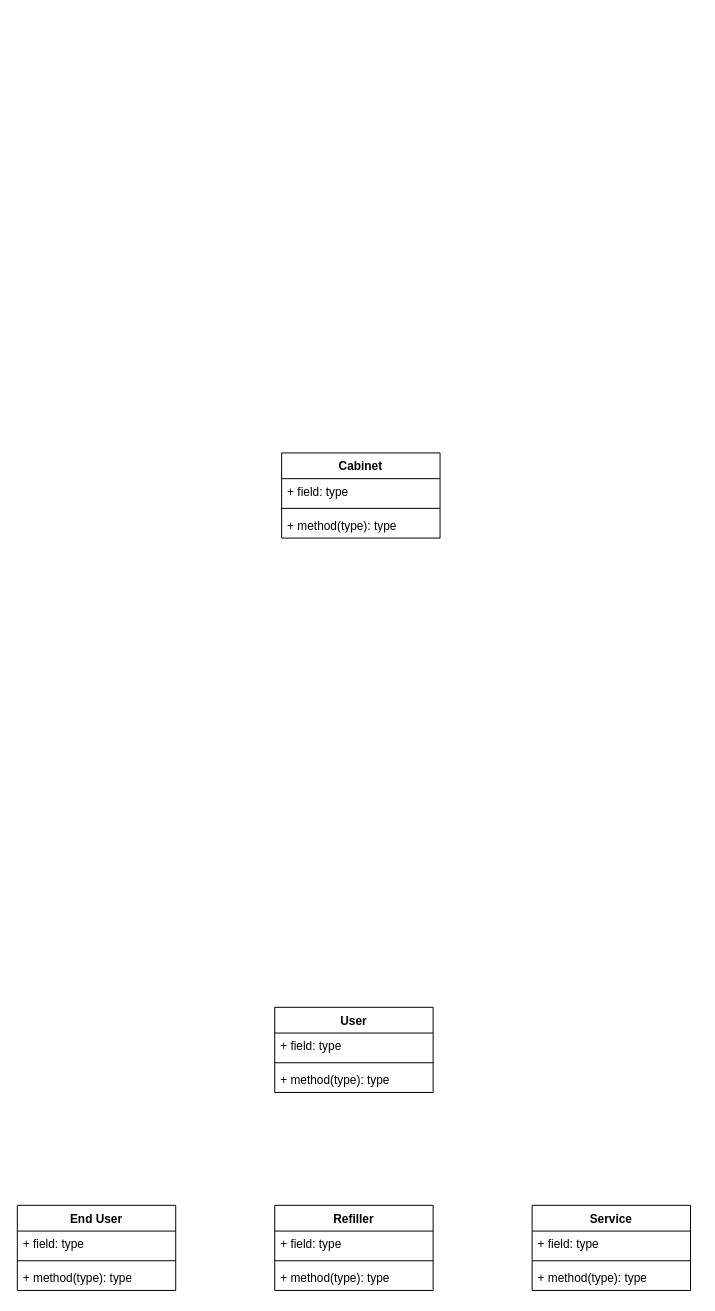
The draw.io diagram ClassDiagram.drawio in TadeuszSzuta/PSI, before the edit. Source tidied: cells renumbered, new cells numbered last; positions are measured from the earlier drawing's top-left corner, leaving out a move shared by most shapes. Both pictures are drawn from the tidied source at 99%, with x=0, y=0 at pixel (17, 452).
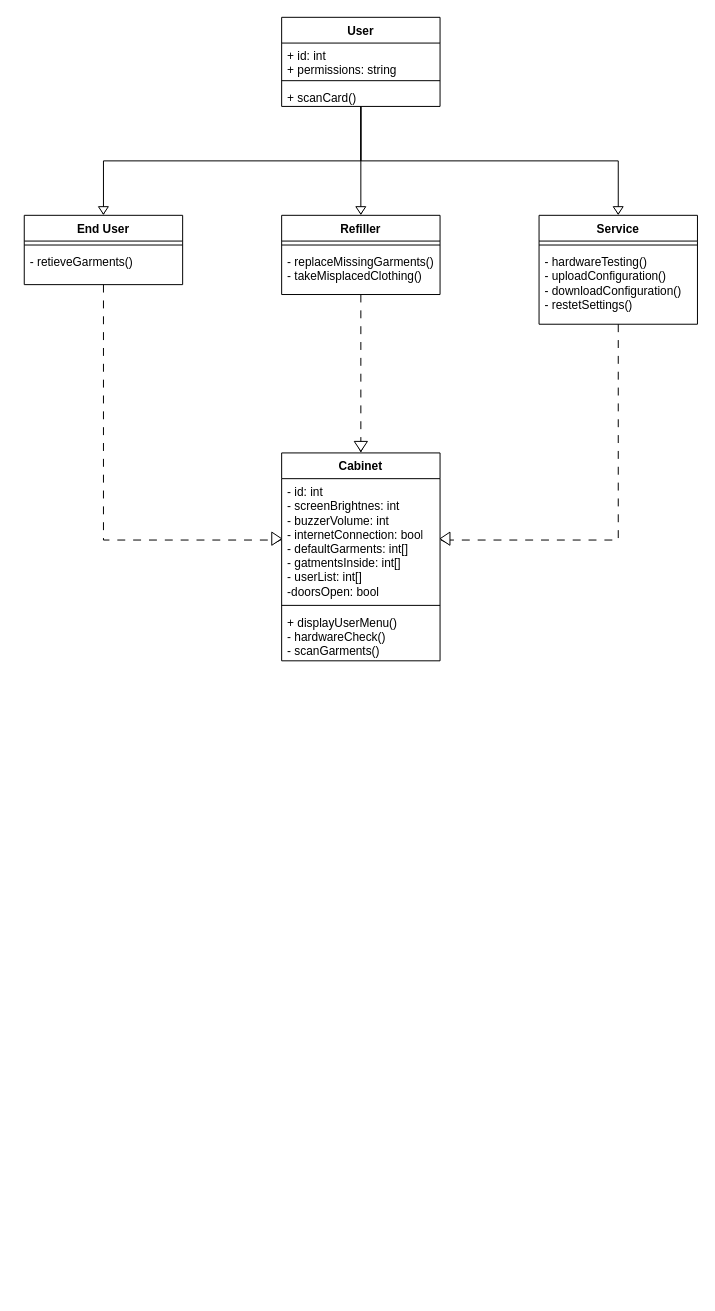
After the change.

What changed in the source:
```diff
@@
+    <mxCell id="22" style="edgeStyle=orthogonalEdgeStyle;rounded=0;jettySize=auto;html=1;exitX=0.5;exitY=1;exitDx=0;exitDy=0;dashed=1;dashPattern=8 8;" parent="1" edge="1" source="14" target="25">
+      <mxGeometry relative="1" as="geometry" />
+    </mxCell>
+    <mxCell id="23" style="edgeStyle=orthogonalEdgeStyle;rounded=0;jettySize=auto;html=1;exitX=0.5;exitY=1;exitDx=0;exitDy=0;dashed=1;dashPattern=8 8;" parent="1" edge="1" source="18" target="2">
+      <mxGeometry relative="1" as="geometry" />
+    </mxCell>
+    <mxCell id="24" style="edgeStyle=orthogonalEdgeStyle;rounded=0;jettySize=auto;html=1;exitX=0.5;exitY=1;exitDx=0;exitDy=0;dashed=1;dashPattern=8 8;" parent="1" edge="1" source="6" target="25">
+      <mxGeometry relative="1" as="geometry" />
+    </mxCell>
     <mxCell id="2" value="Cabinet" style="swimlane;fontStyle=1;align=center;verticalAlign=top;horizontal=1;startSize=26;whiteSpace=wrap;html=1;" parent="1" vertex="1">
-      <mxGeometry x="267" width="160" height="86" as="geometry" />
+      <mxGeometry x="267" width="160" height="210" as="geometry" />
     </mxCell>
-    <mxCell id="3" value="+ field: type" style="text;strokeColor=none;fillColor=none;align=left;verticalAlign=top;spacingLeft=4;spacingRight=4;overflow=hidden;whiteSpace=wrap;html=1;" parent="2" vertex="1">
-      <mxGeometry y="26" width="160" height="26" as="geometry" />
-    </mxCell>
-    <mxCell id="4" style="line;strokeWidth=1;fillColor=none;align=left;verticalAlign=middle;spacingTop=-1;spacingLeft=3;spacingRight=3;labelPosition=right;strokeColor=inherit;" parent="2" vertex="1">
-      <mxGeometry y="52" width="160" height="8" as="geometry" />
-    </mxCell>
-    <mxCell id="5" value="+ method(type): type" style="text;strokeColor=none;fillColor=none;align=left;verticalAlign=top;spacingLeft=4;spacingRight=4;overflow=hidden;whiteSpace=wrap;html=1;" parent="2" vertex="1">
-      <mxGeometry y="60" width="160" height="26" as="geometry" />
-    </mxCell>
+    <mxCell id="25" value="- id: int&lt;div&gt;- screenBrightnes: int&lt;/div&gt;&lt;div&gt;- buzzerVolume: int&lt;/div&gt;&lt;div&gt;- internetConnection: bool&lt;/div&gt;&lt;div&gt;- defaultGarments: int[]&lt;/div&gt;&lt;div&gt;- gatmentsInside: int[]&lt;/div&gt;&lt;div&gt;- userList: int[]&lt;/div&gt;&lt;div&gt;-doorsOpen: bool&lt;/div&gt;&lt;div&gt;&lt;br&gt;&lt;/div&gt;" style="text;strokeColor=none;fillColor=none;align=left;verticalAlign=top;spacingLeft=4;spacingRight=4;overflow=hidden;points=[[0,0.5],[1,0.5]];portConstraint=eastwest;whiteSpace=wrap;html=1;" parent="2" vertex="1">
+      <mxGeometry y="26" width="160" height="124" as="geometry" />
+    </mxCell>
+    <mxCell id="26" style="line;strokeWidth=1;fillColor=none;align=left;verticalAlign=middle;spacingTop=-1;spacingLeft=3;spacingRight=3;labelPosition=right;strokeColor=inherit;" parent="2" vertex="1">
+      <mxGeometry y="150" width="160" height="8" as="geometry" />
+    </mxCell>
+    <mxCell id="27" value="+ displayUserMenu()&lt;div&gt;- hardwareCheck()&lt;/div&gt;&lt;div&gt;- scanGarments()&lt;/div&gt;" style="text;strokeColor=none;fillColor=none;align=left;verticalAlign=top;spacingLeft=4;spacingRight=4;overflow=hidden;whiteSpace=wrap;html=1;" parent="2" vertex="1">
+      <mxGeometry y="158" width="160" height="52" as="geometry" />
+    </mxCell>
+    <mxCell id="28" style="group;" parent="1" vertex="1">
+      <mxGeometry x="7" y="-440" width="680" height="310" as="geometry" />
+    </mxCell>
+    <mxCell id="29" style="edgeStyle=orthogonalEdgeStyle;rounded=0;jettySize=auto;html=1;exitX=0.5;exitY=1;exitDx=0;exitDy=0;" parent="28" edge="1" source="10" target="14">
+      <mxGeometry relative="1" as="geometry" />
+    </mxCell>
+    <mxCell id="30" style="edgeStyle=orthogonalEdgeStyle;rounded=0;jettySize=auto;html=1;exitX=0.5;exitY=1;exitDx=0;exitDy=0;" parent="28" edge="1" source="10" target="6">
+      <mxGeometry relative="1" as="geometry" />
+    </mxCell>
+    <mxCell id="31" style="edgeStyle=orthogonalEdgeStyle;rounded=0;jettySize=auto;html=1;exitX=0.5;exitY=1;exitDx=0;exitDy=0;" parent="28" edge="1" source="10" target="18">
+      <mxGeometry relative="1" as="geometry" />
+    </mxCell>
-    <mxCell id="6" value="Service" style="swimlane;fontStyle=1;align=center;verticalAlign=top;horizontal=1;startSize=26;whiteSpace=wrap;html=1;" parent="1" vertex="1">
-      <mxGeometry x="520" y="760" width="160" height="86" as="geometry" />
+    <mxCell id="6" value="Service" style="swimlane;fontStyle=1;align=center;verticalAlign=top;horizontal=1;startSize=26;whiteSpace=wrap;html=1;" parent="28" vertex="1">
+      <mxGeometry x="520" y="200" width="160" height="110" as="geometry" />
     </mxCell>
-    <mxCell id="7" value="+ field: type" style="text;strokeColor=none;fillColor=none;align=left;verticalAlign=top;spacingLeft=4;spacingRight=4;overflow=hidden;whiteSpace=wrap;html=1;" parent="6" vertex="1">
-      <mxGeometry y="26" width="160" height="26" as="geometry" />
-    </mxCell>
     <mxCell id="8" style="line;strokeWidth=1;fillColor=none;align=left;verticalAlign=middle;spacingTop=-1;spacingLeft=3;spacingRight=3;labelPosition=right;strokeColor=inherit;" parent="6" vertex="1">
-      <mxGeometry y="52" width="160" height="8" as="geometry" />
+      <mxGeometry y="26" width="160" height="8" as="geometry" />
     </mxCell>
-    <mxCell id="9" value="+ method(type): type" style="text;strokeColor=none;fillColor=none;align=left;verticalAlign=top;spacingLeft=4;spacingRight=4;overflow=hidden;whiteSpace=wrap;html=1;" parent="6" vertex="1">
-      <mxGeometry y="60" width="160" height="26" as="geometry" />
+    <mxCell id="9" value="- hardwareTesting()&lt;div&gt;- uploadConfiguration()&lt;/div&gt;&lt;div&gt;- downloadConfiguration()&lt;/div&gt;&lt;div&gt;- restetSettings()&lt;/div&gt;" style="text;strokeColor=none;fillColor=none;align=left;verticalAlign=top;spacingLeft=4;spacingRight=4;overflow=hidden;whiteSpace=wrap;html=1;" parent="6" vertex="1">
+      <mxGeometry y="34" width="160" height="76" as="geometry" />
     </mxCell>
-    <mxCell id="10" value="User" style="swimlane;fontStyle=1;align=center;verticalAlign=top;horizontal=1;startSize=26;whiteSpace=wrap;html=1;" parent="1" vertex="1">
-      <mxGeometry x="260" y="560" width="160" height="86" as="geometry" />
+    <mxCell id="10" value="User" style="swimlane;fontStyle=1;align=center;verticalAlign=top;horizontal=1;startSize=26;whiteSpace=wrap;html=1;" parent="28" vertex="1">
+      <mxGeometry x="260" width="160" height="90" as="geometry" />
     </mxCell>
-    <mxCell id="11" value="+ field: type" style="text;strokeColor=none;fillColor=none;align=left;verticalAlign=top;spacingLeft=4;spacingRight=4;overflow=hidden;whiteSpace=wrap;html=1;" parent="10" vertex="1">
-      <mxGeometry y="26" width="160" height="26" as="geometry" />
+    <mxCell id="11" value="+ id: int&lt;div&gt;+ permissions: string&lt;/div&gt;" style="text;strokeColor=none;fillColor=none;align=left;verticalAlign=top;spacingLeft=4;spacingRight=4;overflow=hidden;whiteSpace=wrap;html=1;" parent="10" vertex="1">
+      <mxGeometry y="26" width="160" height="34" as="geometry" />
     </mxCell>
     <mxCell id="12" style="line;strokeWidth=1;fillColor=none;align=left;verticalAlign=middle;spacingTop=-1;spacingLeft=3;spacingRight=3;labelPosition=right;strokeColor=inherit;" parent="10" vertex="1">
-      <mxGeometry y="52" width="160" height="8" as="geometry" />
+      <mxGeometry y="60" width="160" height="8" as="geometry" />
     </mxCell>
-    <mxCell id="13" value="+ method(type): type" style="text;strokeColor=none;fillColor=none;align=left;verticalAlign=top;spacingLeft=4;spacingRight=4;overflow=hidden;whiteSpace=wrap;html=1;" parent="10" vertex="1">
-      <mxGeometry y="60" width="160" height="26" as="geometry" />
+    <mxCell id="13" value="+ scanCard()" style="text;strokeColor=none;fillColor=none;align=left;verticalAlign=top;spacingLeft=4;spacingRight=4;overflow=hidden;whiteSpace=wrap;html=1;" parent="10" vertex="1">
+      <mxGeometry y="68" width="160" height="22" as="geometry" />
     </mxCell>
-    <mxCell id="14" value="End User" style="swimlane;fontStyle=1;align=center;verticalAlign=top;horizontal=1;startSize=26;whiteSpace=wrap;html=1;" parent="1" vertex="1">
-      <mxGeometry y="760" width="160" height="86" as="geometry" />
+    <mxCell id="14" value="End User" style="swimlane;fontStyle=1;align=center;verticalAlign=top;horizontal=1;startSize=26;whiteSpace=wrap;html=1;" parent="28" vertex="1">
+      <mxGeometry y="200" width="160" height="70" as="geometry" />
     </mxCell>
-    <mxCell id="15" value="+ field: type" style="text;strokeColor=none;fillColor=none;align=left;verticalAlign=top;spacingLeft=4;spacingRight=4;overflow=hidden;whiteSpace=wrap;html=1;" parent="14" vertex="1">
-      <mxGeometry y="26" width="160" height="26" as="geometry" />
-    </mxCell>
     <mxCell id="16" style="line;strokeWidth=1;fillColor=none;align=left;verticalAlign=middle;spacingTop=-1;spacingLeft=3;spacingRight=3;labelPosition=right;strokeColor=inherit;" parent="14" vertex="1">
-      <mxGeometry y="52" width="160" height="8" as="geometry" />
+      <mxGeometry y="26" width="160" height="8" as="geometry" />
     </mxCell>
-    <mxCell id="17" value="+ method(type): type" style="text;strokeColor=none;fillColor=none;align=left;verticalAlign=top;spacingLeft=4;spacingRight=4;overflow=hidden;whiteSpace=wrap;html=1;" parent="14" vertex="1">
-      <mxGeometry y="60" width="160" height="26" as="geometry" />
+    <mxCell id="17" value="- retieveGarments()" style="text;strokeColor=none;fillColor=none;align=left;verticalAlign=top;spacingLeft=4;spacingRight=4;overflow=hidden;whiteSpace=wrap;html=1;" parent="14" vertex="1">
+      <mxGeometry y="34" width="160" height="36" as="geometry" />
     </mxCell>
-    <mxCell id="18" value="Refiller" style="swimlane;fontStyle=1;align=center;verticalAlign=top;horizontal=1;startSize=26;whiteSpace=wrap;html=1;" parent="1" vertex="1">
-      <mxGeometry x="260" y="760" width="160" height="86" as="geometry" />
+    <mxCell id="18" value="Refiller" style="swimlane;fontStyle=1;align=center;verticalAlign=top;horizontal=1;startSize=26;whiteSpace=wrap;html=1;" parent="28" vertex="1">
+      <mxGeometry x="260" y="200" width="160" height="80" as="geometry" />
     </mxCell>
-    <mxCell id="19" value="+ field: type" style="text;strokeColor=none;fillColor=none;align=left;verticalAlign=top;spacingLeft=4;spacingRight=4;overflow=hidden;whiteSpace=wrap;html=1;" parent="18" vertex="1">
-      <mxGeometry y="26" width="160" height="26" as="geometry" />
-    </mxCell>
     <mxCell id="20" style="line;strokeWidth=1;fillColor=none;align=left;verticalAlign=middle;spacingTop=-1;spacingLeft=3;spacingRight=3;labelPosition=right;strokeColor=inherit;" parent="18" vertex="1">
-      <mxGeometry y="52" width="160" height="8" as="geometry" />
+      <mxGeometry y="26" width="160" height="8" as="geometry" />
     </mxCell>
-    <mxCell id="21" value="+ method(type): type" style="text;strokeColor=none;fillColor=none;align=left;verticalAlign=top;spacingLeft=4;spacingRight=4;overflow=hidden;whiteSpace=wrap;html=1;" parent="18" vertex="1">
-      <mxGeometry y="60" width="160" height="26" as="geometry" />
+    <mxCell id="21" value="- replaceMissingGarments()&lt;div&gt;- takeMisplacedClothing()&lt;/div&gt;" style="text;strokeColor=none;fillColor=none;align=left;verticalAlign=top;spacingLeft=4;spacingRight=4;overflow=hidden;whiteSpace=wrap;html=1;" parent="18" vertex="1">
+      <mxGeometry y="34" width="160" height="46" as="geometry" />
     </mxCell>
+    <mxCell id="32" style="triangle;whiteSpace=wrap;html=1;rotation=90;" parent="28" vertex="1">
+      <mxGeometry x="336.2" y="190" width="7.5" height="10" as="geometry" />
+    </mxCell>
+    <mxCell id="33" style="triangle;whiteSpace=wrap;html=1;rotation=90;" parent="28" vertex="1">
+      <mxGeometry x="76.2" y="190" width="7.5" height="10" as="geometry" />
+    </mxCell>
+    <mxCell id="34" style="triangle;whiteSpace=wrap;html=1;rotation=90;" parent="28" vertex="1">
+      <mxGeometry x="596.2" y="190" width="7.5" height="10" as="geometry" />
+    </mxCell>
+    <mxCell id="35" style="triangle;whiteSpace=wrap;html=1;" parent="1" vertex="1">
+      <mxGeometry x="257" y="80" width="10" height="13.3" as="geometry" />
+    </mxCell>
+    <mxCell id="36" style="triangle;whiteSpace=wrap;html=1;rotation=90;" parent="1" vertex="1">
+      <mxGeometry x="342" y="-13.3" width="10" height="13.3" as="geometry" />
+    </mxCell>
+    <mxCell id="37" style="triangle;whiteSpace=wrap;html=1;rotation=-180;" parent="1" vertex="1">
+      <mxGeometry x="427" y="80" width="10" height="13.3" as="geometry" />
+    </mxCell>
```
